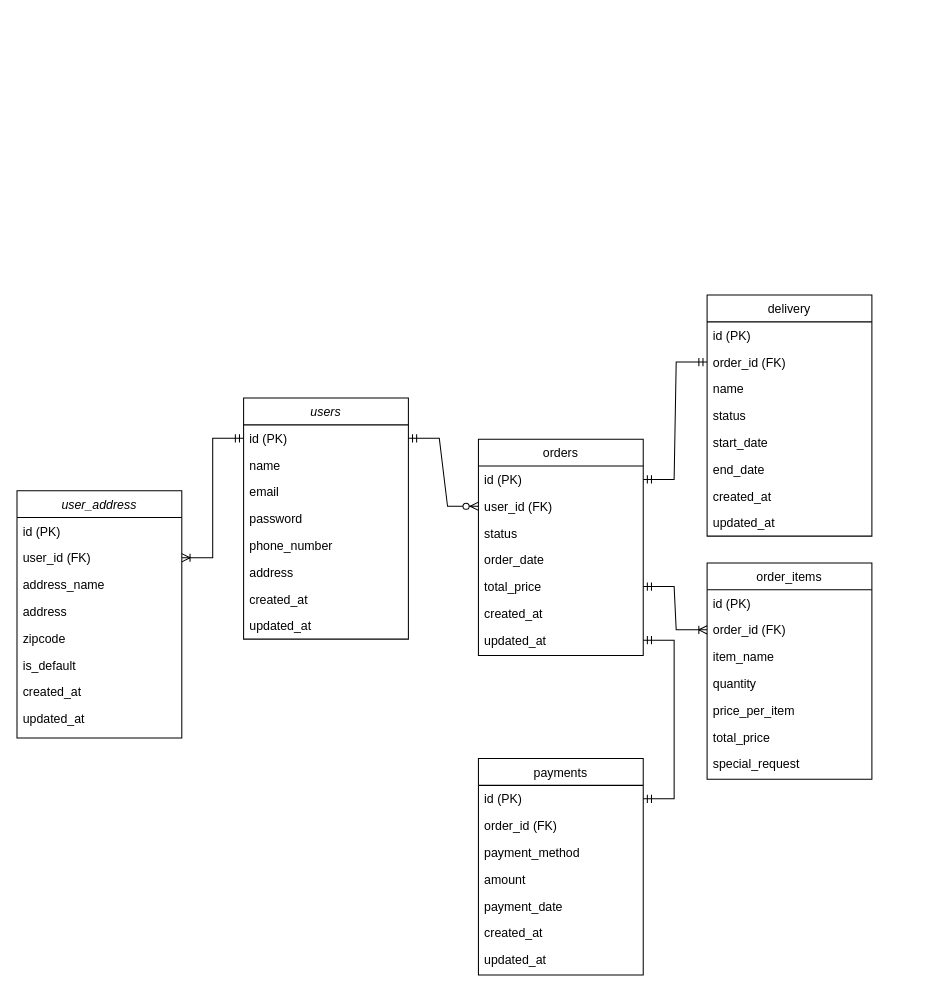
Earlier version of the draw.io diagram daeseda.drawio (zkvn99/daeseda-renewal). Source tidied: cells renumbered, new cells numbered last; positions are measured from the earlier drawing's top-left corner, leaving out a move shared by most shapes. Both pictures are drawn from the tidied source at 103%, with x=0, y=0 at pixel (16, 295).
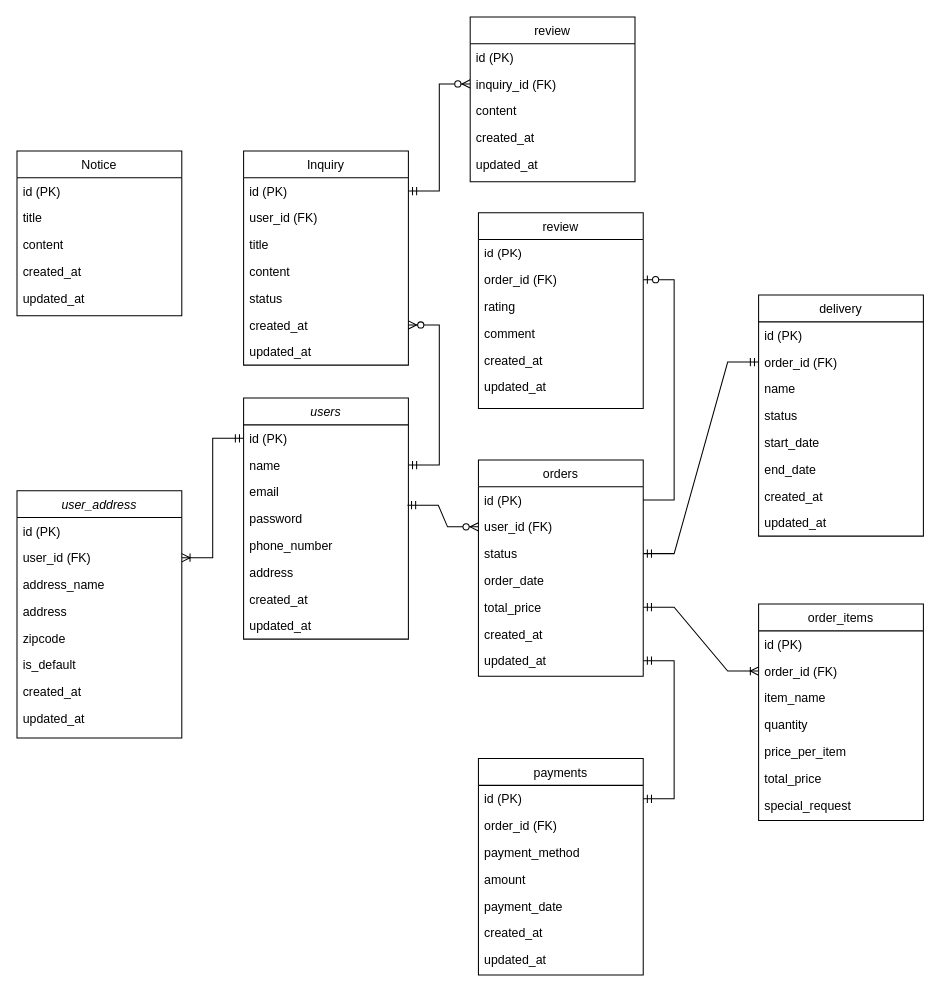
The same page after the edit.

The change refers to these unchanged cells:
```xml
<mxCell id="3" value="id (PK)" style="text;align=left;verticalAlign=top;spacingLeft=4;spacingRight=4;overflow=hidden;points=[[0,0.5],[1,0.5]];portConstraint=eastwest;" parent="2" vertex="1">
  <mxGeometry y="26" width="160" height="26" as="geometry" />
</mxCell>
<mxCell id="4" value="name" style="text;align=left;verticalAlign=top;spacingLeft=4;spacingRight=4;overflow=hidden;points=[[0,0.5],[1,0.5]];portConstraint=eastwest;rounded=0;shadow=0;html=0;" parent="2" vertex="1">
  <mxGeometry y="52" width="160" height="26" as="geometry" />
</mxCell>
<mxCell id="6" value="password" style="text;align=left;verticalAlign=top;spacingLeft=4;spacingRight=4;overflow=hidden;points=[[0,0.5],[1,0.5]];portConstraint=eastwest;rounded=0;shadow=0;html=0;" parent="2" vertex="1">
  <mxGeometry y="104" width="160" height="26" as="geometry" />
</mxCell>
<mxCell id="12" value="id (PK)" style="text;align=left;verticalAlign=top;spacingLeft=4;spacingRight=4;overflow=hidden;points=[[0,0.5],[1,0.5]];portConstraint=eastwest;" parent="11" vertex="1">
  <mxGeometry y="26" width="160" height="26" as="geometry" />
</mxCell>
<mxCell id="13" value="user_id (FK)" style="text;align=left;verticalAlign=top;spacingLeft=4;spacingRight=4;overflow=hidden;points=[[0,0.5],[1,0.5]];portConstraint=eastwest;rounded=0;shadow=0;html=0;" parent="11" vertex="1">
  <mxGeometry y="52" width="160" height="26" as="geometry" />
</mxCell>
<mxCell id="14" value="status" style="text;align=left;verticalAlign=top;spacingLeft=4;spacingRight=4;overflow=hidden;points=[[0,0.5],[1,0.5]];portConstraint=eastwest;rounded=0;shadow=0;html=0;" parent="11" vertex="1">
  <mxGeometry y="78" width="160" height="26" as="geometry" />
</mxCell>
<mxCell id="49" value="order_id (FK)" style="text;align=left;verticalAlign=top;spacingLeft=4;spacingRight=4;overflow=hidden;points=[[0,0.5],[1,0.5]];portConstraint=eastwest;rounded=0;shadow=0;html=0;" parent="47" vertex="1">
  <mxGeometry y="52" width="160" height="26" as="geometry" />
</mxCell>
```

What changed in the source:
```diff
@@
     <mxCell id="11" value="orders" style="swimlane;fontStyle=0;align=center;verticalAlign=top;horizontal=1;startSize=26;rounded=0;shadow=0;strokeWidth=1;" parent="1" vertex="1">
-      <mxGeometry x="448" y="140" width="160" height="210" as="geometry" />
+      <mxGeometry x="448" y="160" width="160" height="210" as="geometry" />
     </mxCell>
@@
-    <mxCell id="19" style="edgeStyle=entityRelationEdgeStyle;fontSize=12;html=1;endArrow=ERzeroToMany;startArrow=ERmandOne;rounded=0;entryX=0;entryY=0.5;entryDx=0;entryDy=0;exitX=1;exitY=0.5;exitDx=0;exitDy=0;" parent="1" edge="1" source="3" target="13">
+    <mxCell id="19" style="edgeStyle=entityRelationEdgeStyle;fontSize=12;html=1;endArrow=ERzeroToMany;startArrow=ERmandOne;rounded=0;entryX=0;entryY=0.5;entryDx=0;entryDy=0;exitX=0.994;exitY=0;exitDx=0;exitDy=0;exitPerimeter=0;" parent="1" edge="1" source="6" target="13">
       <mxGeometry relative="1" as="geometry" />
     </mxCell>
     <mxCell id="20" value="order_items" style="swimlane;fontStyle=0;align=center;verticalAlign=top;horizontal=1;startSize=26;rounded=0;shadow=0;strokeWidth=1;" parent="1" vertex="1">
-      <mxGeometry x="670" y="260" width="160" height="210" as="geometry" />
+      <mxGeometry x="720" y="300" width="160" height="210" as="geometry" />
     </mxCell>
@@
     <mxCell id="47" value="delivery" style="swimlane;fontStyle=0;align=center;verticalAlign=top;horizontal=1;startSize=26;rounded=0;shadow=0;strokeWidth=1;" parent="1" vertex="1">
-      <mxGeometry x="670" width="160" height="234" as="geometry" />
+      <mxGeometry x="720" width="160" height="234" as="geometry" />
     </mxCell>
@@
-    <mxCell id="57" style="edgeStyle=entityRelationEdgeStyle;fontSize=12;html=1;endArrow=ERmandOne;startArrow=ERmandOne;rounded=0;entryX=1;entryY=0.5;entryDx=0;entryDy=0;exitX=0;exitY=0.5;exitDx=0;exitDy=0;" parent="1" edge="1" source="49" target="12">
+    <mxCell id="57" style="edgeStyle=entityRelationEdgeStyle;fontSize=12;html=1;endArrow=ERmandOne;startArrow=ERmandOne;rounded=0;entryX=1;entryY=0.5;entryDx=0;entryDy=0;exitX=0;exitY=0.5;exitDx=0;exitDy=0;" parent="1" edge="1" source="49" target="14">
       <mxGeometry relative="1" as="geometry">
         <Array as="points">
           <mxPoint x="380" y="410" />
           <mxPoint x="580" y="420" />
         </Array>
       </mxGeometry>
     </mxCell>
+    <mxCell id="58" value="review" style="swimlane;fontStyle=0;align=center;verticalAlign=top;horizontal=1;startSize=26;rounded=0;shadow=0;strokeWidth=1;" parent="1" vertex="1">
+      <mxGeometry x="448" y="-80" width="160" height="190" as="geometry" />
+    </mxCell>
+    <mxCell id="59" value="id (PK)" style="text;align=left;verticalAlign=top;spacingLeft=4;spacingRight=4;overflow=hidden;" parent="58" vertex="1">
+      <mxGeometry y="26" width="160" height="26" as="geometry" />
+    </mxCell>
+    <mxCell id="60" value="order_id (FK)" style="text;align=left;verticalAlign=top;spacingLeft=4;spacingRight=4;overflow=hidden;points=[[0,0.5],[1,0.5]];portConstraint=eastwest;rounded=0;shadow=0;html=0;" parent="58" vertex="1">
+      <mxGeometry y="52" width="160" height="26" as="geometry" />
+    </mxCell>
+    <mxCell id="61" value="rating" style="text;align=left;verticalAlign=top;spacingLeft=4;spacingRight=4;overflow=hidden;rounded=0;shadow=0;html=0;" parent="58" vertex="1">
+      <mxGeometry y="78" width="160" height="26" as="geometry" />
+    </mxCell>
+    <mxCell id="62" value="comment" style="text;align=left;verticalAlign=top;spacingLeft=4;spacingRight=4;overflow=hidden;rounded=0;shadow=0;html=0;" parent="58" vertex="1">
+      <mxGeometry y="104" width="160" height="26" as="geometry" />
+    </mxCell>
+    <mxCell id="63" value="created_at" style="text;align=left;verticalAlign=top;spacingLeft=4;spacingRight=4;overflow=hidden;rounded=0;shadow=0;html=0;" parent="58" vertex="1">
+      <mxGeometry y="130" width="160" height="26" as="geometry" />
+    </mxCell>
+    <mxCell id="64" value="updated_at" style="text;align=left;verticalAlign=top;spacingLeft=4;spacingRight=4;overflow=hidden;rounded=0;shadow=0;html=0;" parent="58" vertex="1">
+      <mxGeometry y="156" width="160" height="26" as="geometry" />
+    </mxCell>
+    <mxCell id="65" style="edgeStyle=entityRelationEdgeStyle;fontSize=12;html=1;endArrow=ERzeroToOne;endFill=1;rounded=0;exitX=1;exitY=0.5;exitDx=0;exitDy=0;" parent="1" edge="1" source="12" target="60">
+      <mxGeometry relative="1" as="geometry">
+        <Array as="points">
+          <mxPoint x="370" y="50" />
+          <mxPoint x="390" y="-80" />
+        </Array>
+      </mxGeometry>
+    </mxCell>
+    <mxCell id="66" value="Inquiry" style="swimlane;fontStyle=0;align=center;verticalAlign=top;horizontal=1;startSize=26;rounded=0;shadow=0;strokeWidth=1;" parent="1" vertex="1">
+      <mxGeometry x="220" y="-140" width="160" height="208" as="geometry" />
+    </mxCell>
+    <mxCell id="67" value="id (PK)" style="text;align=left;verticalAlign=top;spacingLeft=4;spacingRight=4;overflow=hidden;points=[[0,0.5],[1,0.5]];portConstraint=eastwest;" parent="66" vertex="1">
+      <mxGeometry y="26" width="160" height="26" as="geometry" />
+    </mxCell>
+    <mxCell id="68" value="user_id (FK)" style="text;align=left;verticalAlign=top;spacingLeft=4;spacingRight=4;overflow=hidden;rounded=0;shadow=0;html=0;" parent="66" vertex="1">
+      <mxGeometry y="52" width="160" height="26" as="geometry" />
+    </mxCell>
+    <mxCell id="69" value="title" style="text;align=left;verticalAlign=top;spacingLeft=4;spacingRight=4;overflow=hidden;rounded=0;shadow=0;html=0;" parent="66" vertex="1">
+      <mxGeometry y="78" width="160" height="26" as="geometry" />
+    </mxCell>
+    <mxCell id="70" value="content" style="text;align=left;verticalAlign=top;spacingLeft=4;spacingRight=4;overflow=hidden;rounded=0;shadow=0;html=0;" parent="66" vertex="1">
+      <mxGeometry y="104" width="160" height="26" as="geometry" />
+    </mxCell>
+    <mxCell id="71" value="status" style="text;align=left;verticalAlign=top;spacingLeft=4;spacingRight=4;overflow=hidden;rounded=0;shadow=0;html=0;" parent="66" vertex="1">
+      <mxGeometry y="130" width="160" height="26" as="geometry" />
+    </mxCell>
+    <mxCell id="72" value="created_at" style="text;align=left;verticalAlign=top;spacingLeft=4;spacingRight=4;overflow=hidden;points=[[0,0.5],[1,0.5]];portConstraint=eastwest;rounded=0;shadow=0;html=0;" parent="66" vertex="1">
+      <mxGeometry y="156" width="160" height="26" as="geometry" />
+    </mxCell>
+    <mxCell id="73" value="updated_at" style="text;align=left;verticalAlign=top;spacingLeft=4;spacingRight=4;overflow=hidden;rounded=0;shadow=0;html=0;" parent="66" vertex="1">
+      <mxGeometry y="182" width="160" height="26" as="geometry" />
+    </mxCell>
+    <mxCell id="74" style="edgeStyle=entityRelationEdgeStyle;fontSize=12;html=1;endArrow=ERzeroToMany;startArrow=ERmandOne;rounded=0;entryX=1;entryY=0.5;entryDx=0;entryDy=0;exitX=1;exitY=0.5;exitDx=0;exitDy=0;" parent="1" edge="1" source="4" target="72">
+      <mxGeometry relative="1" as="geometry" />
+    </mxCell>
+    <mxCell id="75" value="Notice" style="swimlane;fontStyle=0;align=center;verticalAlign=top;horizontal=1;startSize=26;rounded=0;shadow=0;strokeWidth=1;" parent="1" vertex="1">
+      <mxGeometry y="-140" width="160" height="160" as="geometry" />
+    </mxCell>
+    <mxCell id="76" value="id (PK)" style="text;align=left;verticalAlign=top;spacingLeft=4;spacingRight=4;overflow=hidden;" parent="75" vertex="1">
+      <mxGeometry y="26" width="160" height="26" as="geometry" />
+    </mxCell>
+    <mxCell id="77" value="title" style="text;align=left;verticalAlign=top;spacingLeft=4;spacingRight=4;overflow=hidden;rounded=0;shadow=0;html=0;" parent="75" vertex="1">
+      <mxGeometry y="52" width="160" height="26" as="geometry" />
+    </mxCell>
+    <mxCell id="78" value="content" style="text;align=left;verticalAlign=top;spacingLeft=4;spacingRight=4;overflow=hidden;rounded=0;shadow=0;html=0;" parent="75" vertex="1">
+      <mxGeometry y="78" width="160" height="26" as="geometry" />
+    </mxCell>
+    <mxCell id="79" value="created_at" style="text;align=left;verticalAlign=top;spacingLeft=4;spacingRight=4;overflow=hidden;rounded=0;shadow=0;html=0;" parent="75" vertex="1">
+      <mxGeometry y="104" width="160" height="26" as="geometry" />
+    </mxCell>
+    <mxCell id="80" value="updated_at" style="text;align=left;verticalAlign=top;spacingLeft=4;spacingRight=4;overflow=hidden;rounded=0;shadow=0;html=0;" parent="75" vertex="1">
+      <mxGeometry y="130" width="160" height="26" as="geometry" />
+    </mxCell>
+    <mxCell id="81" style="edgeStyle=entityRelationEdgeStyle;fontSize=12;html=1;endArrow=ERzeroToMany;startArrow=ERmandOne;rounded=0;exitX=1;exitY=0.5;exitDx=0;exitDy=0;entryX=0;entryY=0.5;entryDx=0;entryDy=0;" parent="1" edge="1" source="67" target="84">
+      <mxGeometry relative="1" as="geometry" />
+    </mxCell>
+    <mxCell id="82" value="review" style="swimlane;fontStyle=0;align=center;verticalAlign=top;horizontal=1;startSize=26;rounded=0;shadow=0;strokeWidth=1;" parent="1" vertex="1">
+      <mxGeometry x="440" y="-270" width="160" height="160" as="geometry" />
+    </mxCell>
+    <mxCell id="83" value="id (PK)" style="text;align=left;verticalAlign=top;spacingLeft=4;spacingRight=4;overflow=hidden;" parent="82" vertex="1">
+      <mxGeometry y="26" width="160" height="26" as="geometry" />
+    </mxCell>
+    <mxCell id="84" value="inquiry_id (FK)" style="text;align=left;verticalAlign=top;spacingLeft=4;spacingRight=4;overflow=hidden;points=[[0,0.5],[1,0.5]];portConstraint=eastwest;rounded=0;shadow=0;html=0;" parent="82" vertex="1">
+      <mxGeometry y="52" width="160" height="26" as="geometry" />
+    </mxCell>
+    <mxCell id="85" value="content" style="text;align=left;verticalAlign=top;spacingLeft=4;spacingRight=4;overflow=hidden;rounded=0;shadow=0;html=0;" parent="82" vertex="1">
+      <mxGeometry y="78" width="160" height="26" as="geometry" />
+    </mxCell>
+    <mxCell id="86" value="created_at" style="text;align=left;verticalAlign=top;spacingLeft=4;spacingRight=4;overflow=hidden;rounded=0;shadow=0;html=0;" parent="82" vertex="1">
+      <mxGeometry y="104" width="160" height="26" as="geometry" />
+    </mxCell>
+    <mxCell id="87" value="updated_at" style="text;align=left;verticalAlign=top;spacingLeft=4;spacingRight=4;overflow=hidden;rounded=0;shadow=0;html=0;" parent="82" vertex="1">
+      <mxGeometry y="130" width="160" height="26" as="geometry" />
+    </mxCell>
```
